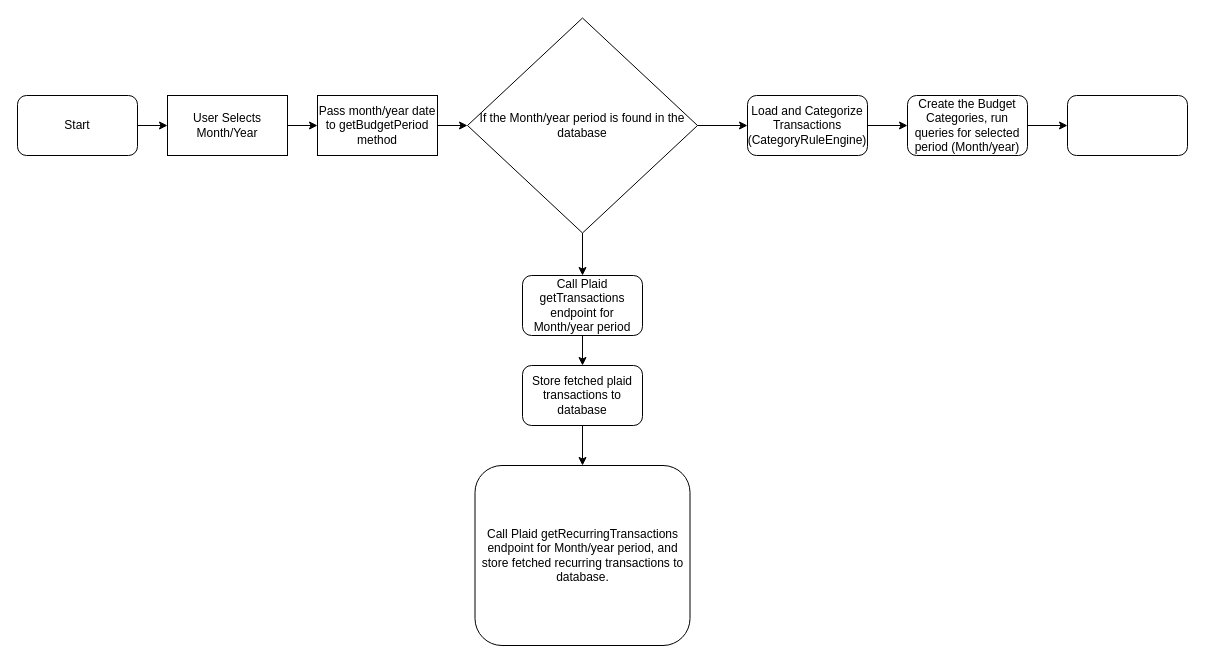
Above: src/main/Budget Page Process.drawio in AKing982/BudgetBuddy (draw.io), before the change. Source tidied: cells renumbered, new cells numbered last; positions are measured from the earlier drawing's top-left corner, leaving out a move shared by most shapes. Both pictures are drawn from the tidied source at 100%, with x=0, y=0 at pixel (17, 17).
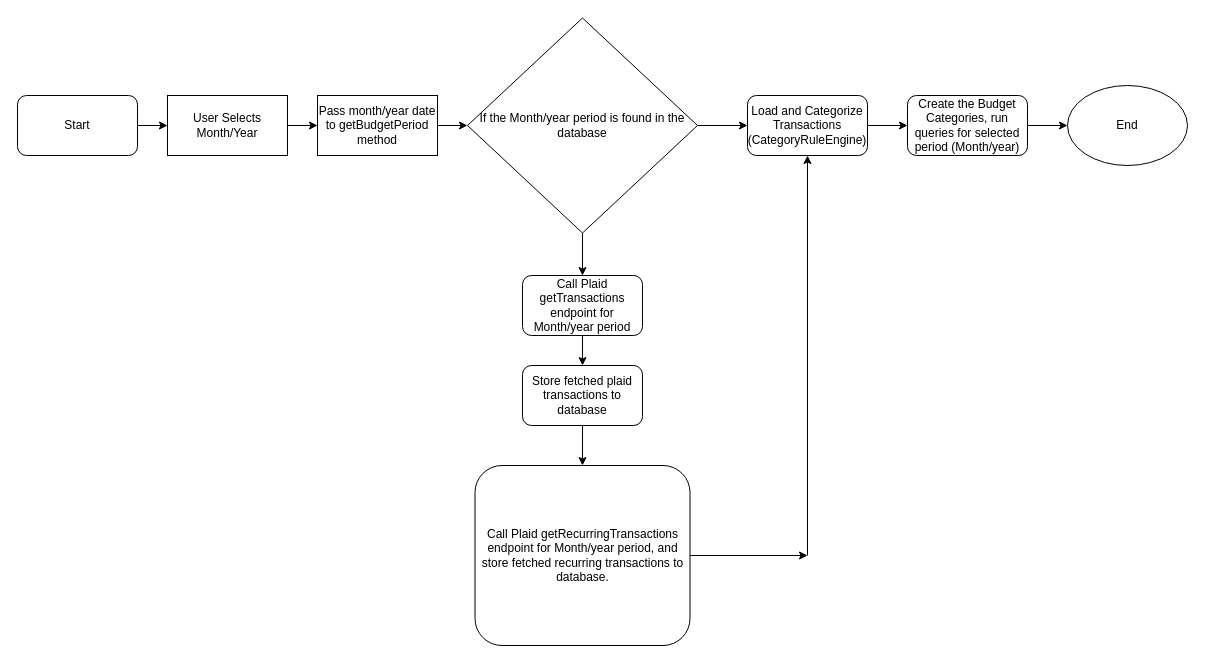
Above is the later version.

The change refers to these unchanged cells:
```xml
<mxCell id="11" value="Load and Categorize Transactions (CategoryRuleEngine)" style="rounded=1;whiteSpace=wrap;html=1;" parent="1" vertex="1">
  <mxGeometry x="730" y="78" width="120" height="60" as="geometry" />
</mxCell>
<mxCell id="17" value="Call Plaid getRecurringTransactions endpoint for Month/year period, and store fetched recurring transactions to database." style="rounded=1;whiteSpace=wrap;html=1;" parent="1" vertex="1">
  <mxGeometry x="457.5" y="448" width="215" height="180" as="geometry" />
</mxCell>
```

What changed in the source:
```diff
@@
-    <mxCell id="20" style="rounded=1;whiteSpace=wrap;html=1;" parent="1" vertex="1">
-      <mxGeometry x="1050" y="78" width="120" height="60" as="geometry" />
-    </mxCell>
+    <mxCell id="21" style="endArrow=classic;html=1;rounded=0;exitX=1;exitY=0.5;exitDx=0;exitDy=0;" parent="1" edge="1" source="17">
+      <mxGeometry relative="1" as="geometry">
+        <mxPoint x="790" y="538" as="targetPoint" />
+      </mxGeometry>
+    </mxCell>
+    <mxCell id="22" style="endArrow=classic;html=1;rounded=0;entryX=0.5;entryY=1;entryDx=0;entryDy=0;" parent="1" edge="1" target="11">
+      <mxGeometry relative="1" as="geometry">
+        <mxPoint x="790" y="538" as="sourcePoint" />
+      </mxGeometry>
+    </mxCell>
+    <mxCell id="23" value="End" style="ellipse;whiteSpace=wrap;html=1;" parent="1" vertex="1">
+      <mxGeometry x="1050" y="68" width="120" height="80" as="geometry" />
+    </mxCell>
```
